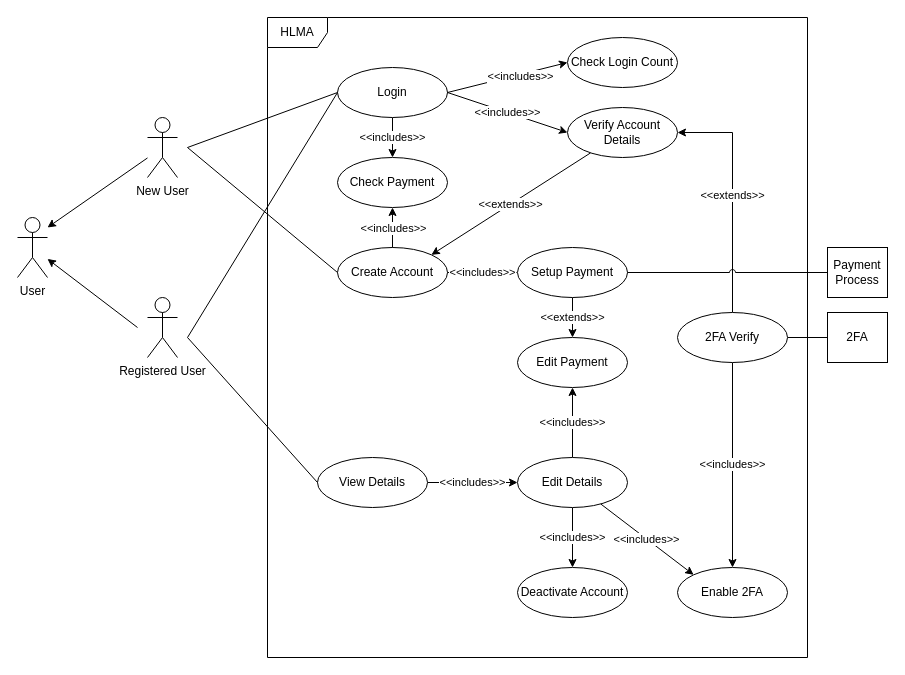
Before: use_cases/usecase_user_management.drawio in onecrazygenius/ds2sen_coursework, a draw.io diagram. Source tidied: cells renumbered, new cells numbered last; positions are measured from the earlier drawing's top-left corner, leaving out a move shared by most shapes. Both pictures are drawn from the tidied source at 100%, with x=0, y=0 at pixel (17, 17).
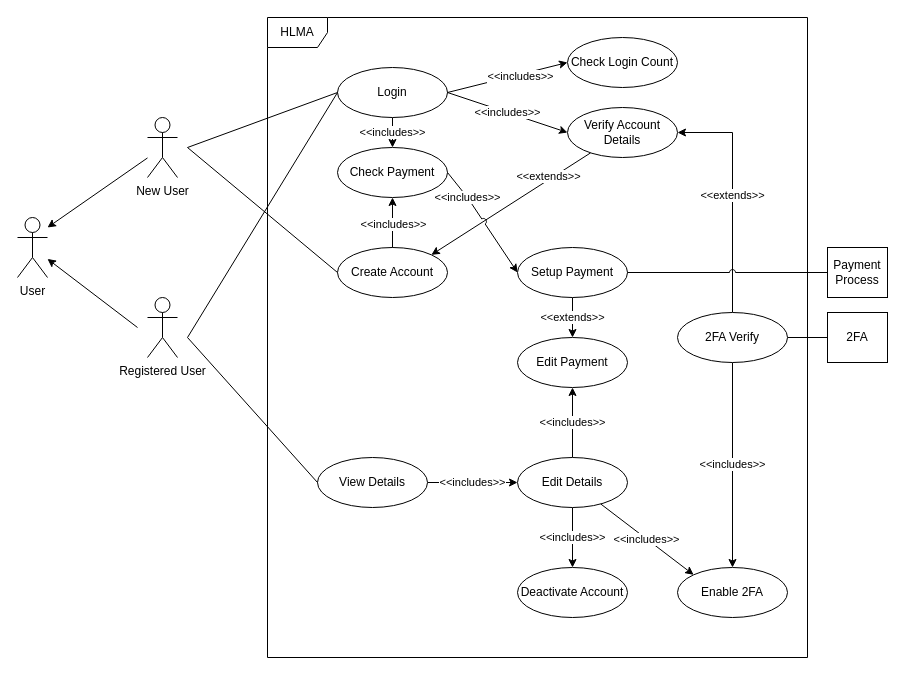
After the change.

Commit message:
Updated Use Case: user_management v1.2.0

Unchanged cells that the change refers to:
```xml
<mxCell id="12" value="Verify Account Details" style="ellipse;whiteSpace=wrap;html=1;" parent="1" vertex="1">
  <mxGeometry x="550" y="90" width="110" height="50" as="geometry" />
</mxCell>
<mxCell id="13" value="Create Account" style="ellipse;whiteSpace=wrap;html=1;" parent="1" vertex="1">
  <mxGeometry x="320" y="230" width="110" height="50" as="geometry" />
</mxCell>
<mxCell id="15" value="Setup Payment" style="ellipse;whiteSpace=wrap;html=1;" parent="1" vertex="1">
  <mxGeometry x="500" y="230" width="110" height="50" as="geometry" />
</mxCell>
```

Change to the diagram source:
```diff
@@
     <mxCell id="11" value="&amp;lt;&amp;lt;extends&amp;gt;&amp;gt;" style="edgeStyle=none;rounded=0;jettySize=auto;html=1;entryX=1;entryY=0;entryDx=0;entryDy=0;" parent="1" edge="1" source="12" target="13">
-      <mxGeometry relative="1" as="geometry" />
+      <mxGeometry x="-0.48" y="-3" relative="1" as="geometry">
+        <mxPoint x="1" as="offset" />
+      </mxGeometry>
     </mxCell>
@@
     <mxCell id="17" value="Check Payment" style="ellipse;whiteSpace=wrap;html=1;" parent="1" vertex="1">
-      <mxGeometry x="320" y="140" width="110" height="50" as="geometry" />
+      <mxGeometry x="320" y="130" width="110" height="50" as="geometry" />
     </mxCell>
@@
-    <mxCell id="39" value="&amp;lt;&amp;lt;includes&amp;gt;&amp;gt;" style="endArrow=classic;html=1;rounded=0;exitX=1;exitY=0.5;exitDx=0;exitDy=0;entryX=0;entryY=0.5;entryDx=0;entryDy=0;" parent="1" edge="1" source="13" target="15">
-      <mxGeometry relative="1" as="geometry" />
+    <mxCell id="39" value="&amp;lt;&amp;lt;includes&amp;gt;&amp;gt;" style="endArrow=classic;html=1;rounded=0;exitX=1;exitY=0.5;exitDx=0;exitDy=0;entryX=0;entryY=0.5;entryDx=0;entryDy=0;jumpStyle=arc;" parent="1" edge="1" source="17" target="15">
+      <mxGeometry x="-0.48" relative="1" as="geometry">
+        <Array as="points">
+          <mxPoint x="450" y="180" />
+        </Array>
+      </mxGeometry>
     </mxCell>
```
